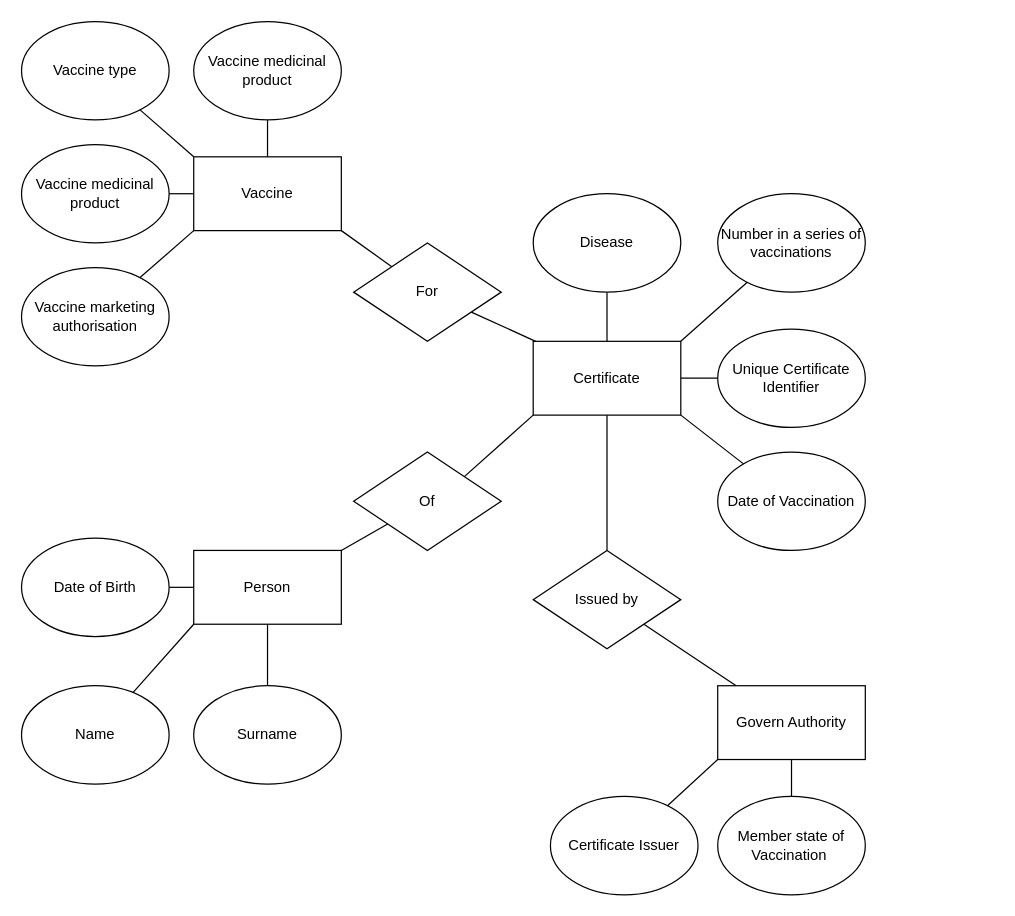
bohbohb/COVID-19-certification-app keeps this draw.io diagram as model.drawio. Above is the earlier version. Source tidied: cells renumbered, new cells numbered last; positions are measured from the earlier drawing's top-left corner, leaving out a move shared by most shapes. Both pictures are drawn from the tidied source at 123%, with x=0, y=0 at pixel (21, 21).
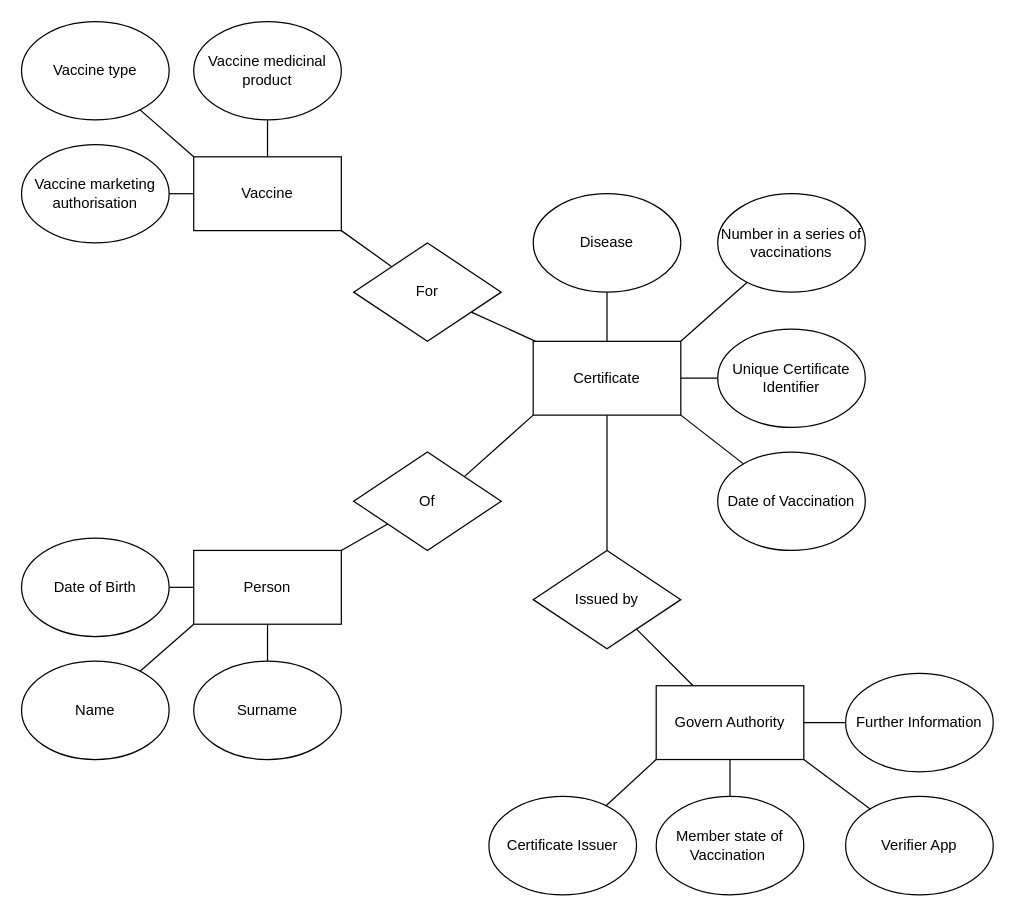
Above is the later version.

Commit message (it also covers changes not shown here):
json updated and model updated

The change refers to these unchanged cells:
```xml
<mxCell id="8" value="&lt;span&gt;Vaccine&lt;/span&gt;" style="rounded=0;whiteSpace=wrap;html=1;" parent="1" vertex="1">
  <mxGeometry x="140" y="110" width="120" height="60" as="geometry" />
</mxCell>
```

What changed in the source:
```diff
@@
-    <mxCell id="9" style="edgeStyle=none;html=1;endArrow=none;endFill=0;" parent="1" edge="1" source="10" target="8">
-      <mxGeometry relative="1" as="geometry" />
-    </mxCell>
-    <mxCell id="10" value="Vaccine medicinal product" style="ellipse;whiteSpace=wrap;html=1;" parent="1" vertex="1">
-      <mxGeometry y="100" width="120" height="80" as="geometry" />
-    </mxCell>
-    <mxCell id="11" style="edgeStyle=none;html=1;endArrow=none;endFill=0;entryX=0;entryY=1;entryDx=0;entryDy=0;" parent="1" edge="1" source="12" target="8">
+    <mxCell id="11" style="edgeStyle=none;html=1;endArrow=none;endFill=0;entryX=0;entryY=0.5;entryDx=0;entryDy=0;" parent="1" edge="1" source="12" target="8">
       <mxGeometry relative="1" as="geometry" />
     </mxCell>
     <mxCell id="12" value="Vaccine marketing authorisation" style="ellipse;whiteSpace=wrap;html=1;" parent="1" vertex="1">
-      <mxGeometry y="200" width="120" height="80" as="geometry" />
+      <mxGeometry y="100" width="120" height="80" as="geometry" />
     </mxCell>
@@
     <mxCell id="17" value="Name" style="ellipse;whiteSpace=wrap;html=1;" parent="1" vertex="1">
-      <mxGeometry y="540" width="120" height="80" as="geometry" />
+      <mxGeometry y="520" width="120" height="80" as="geometry" />
     </mxCell>
@@
     <mxCell id="19" value="Surname" style="ellipse;whiteSpace=wrap;html=1;" parent="1" vertex="1">
-      <mxGeometry x="140" y="540" width="120" height="80" as="geometry" />
+      <mxGeometry x="140" y="520" width="120" height="80" as="geometry" />
     </mxCell>
@@
     <mxCell id="34" value="Member state of Vaccination&amp;nbsp;" style="ellipse;whiteSpace=wrap;html=1;" parent="1" vertex="1">
-      <mxGeometry x="566" y="630" width="120" height="80" as="geometry" />
+      <mxGeometry x="516" y="630" width="120" height="80" as="geometry" />
     </mxCell>
@@
+    <mxCell id="41" style="edgeStyle=none;html=1;endArrow=none;endFill=0;" parent="1" edge="1" source="36" target="42">
+      <mxGeometry relative="1" as="geometry" />
+    </mxCell>
     <mxCell id="36" value="Govern Authority" style="rounded=0;whiteSpace=wrap;html=1;" parent="1" vertex="1">
-      <mxGeometry x="566" y="540" width="120" height="60" as="geometry" />
+      <mxGeometry x="516" y="540" width="120" height="60" as="geometry" />
     </mxCell>
@@
     <mxCell id="40" value="Certificate Issuer" style="ellipse;whiteSpace=wrap;html=1;" parent="1" vertex="1">
-      <mxGeometry x="430" y="630" width="120" height="80" as="geometry" />
+      <mxGeometry x="380" y="630" width="120" height="80" as="geometry" />
     </mxCell>
+    <mxCell id="42" value="Further Information" style="ellipse;whiteSpace=wrap;html=1;" parent="1" vertex="1">
+      <mxGeometry x="670" y="530" width="120" height="80" as="geometry" />
+    </mxCell>
+    <mxCell id="43" style="edgeStyle=none;html=1;endArrow=none;endFill=0;entryX=1;entryY=1;entryDx=0;entryDy=0;" parent="1" edge="1" source="44" target="36">
+      <mxGeometry relative="1" as="geometry" />
+    </mxCell>
+    <mxCell id="44" value="Verifier App" style="ellipse;whiteSpace=wrap;html=1;" parent="1" vertex="1">
+      <mxGeometry x="670" y="630" width="120" height="80" as="geometry" />
+    </mxCell>
```
